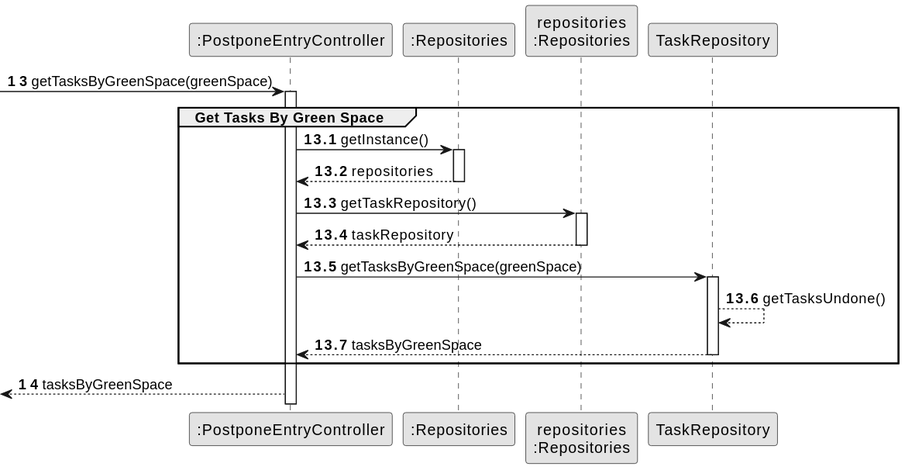
Above: docs/sprintC/us024/03.design/svg/us024-sequence-diagram-partial-get-tasks-by-green-space.svg in Departamento-de-Engenharia-Informatica/lei-24-s2-1dm-g132 (PlantUML), before the change.
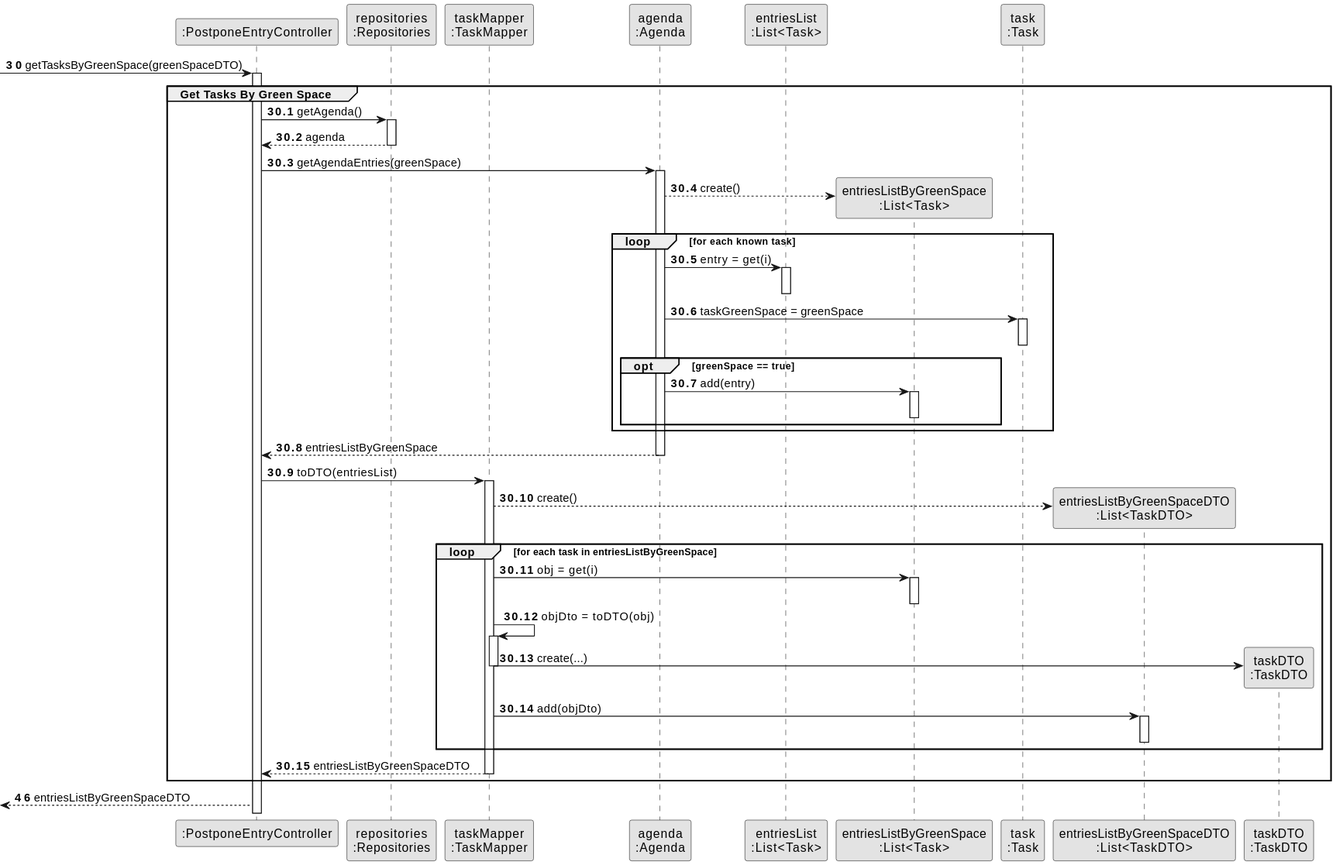
Later version of the same file.

The edit, as a diff of the source:
```diff
@@ -4,38 +4,81 @@
 skinparam shadowing false
 
 participant ":PostponeEntryController" as CTRL
-participant ":Repositories" as RepositorySingleton
 participant "repositories\n:Repositories" as PLAT
-participant "TaskRepository" as TaskRepository
+participant "taskMapper\n:TaskMapper" as TaskMapper
+participant "agenda\n:Agenda" as Agenda
+participant "entriesList\n:List<Task>" as entriesList
+participant "entriesListByGreenSpace\n:List<Task>" as entriesListByGreenSpace
+participant "task\n:Task" as task
+participant "entriesListByGreenSpaceDTO\n:List<TaskDTO>" as entriesListByGreenSpaceDTO
+participant "taskDTO\n:TaskDTO" as TaskDTO
 
-autonumber 13
--> CTRL : getTasksByGreenSpace(greenSpace)
+autonumber 30
+-> CTRL : getTasksByGreenSpace(greenSpaceDTO)
 
-autonumber 13.1
+autonumber 30.1
 
 activate CTRL
     group Get Tasks By Green Space
-           CTRL -> RepositorySingleton : getInstance()
-           activate RepositorySingleton
-
-           RepositorySingleton --> CTRL: repositories
-           deactivate RepositorySingleton
-
-           CTRL -> PLAT : getTaskRepository()
+           CTRL -> PLAT : getAgenda()
            activate PLAT
 
-           PLAT --> CTRL: taskRepository
+           PLAT --> CTRL : agenda
            deactivate PLAT
 
-           CTRL -> TaskRepository : getTasksByGreenSpace(greenSpace)
-           activate TaskRepository
+           CTRL -> Agenda : getAgendaEntries(greenSpace)
+           activate Agenda
 
-           TaskRepository --> TaskRepository : getTasksUndone()
+           Agenda --> entriesListByGreenSpace** : create()
 
-           TaskRepository --> CTRL : tasksByGreenSpace
-           deactivate TaskRepository
+           loop for each known task
+
+           Agenda -> entriesList : entry = get(i)
+           activate entriesList
+           deactivate entriesList
+
+           Agenda -> task : taskGreenSpace = greenSpace
+           activate task
+           deactivate task
+
+           opt greenSpace == true
+           Agenda -> entriesListByGreenSpace : add(entry)
+           activate entriesListByGreenSpace
+           deactivate entriesListByGreenSpace
+           end opt
+
+           end loop
+
+           Agenda --> CTRL : entriesListByGreenSpace
+           deactivate Agenda
+
+           CTRL -> TaskMapper : toDTO(entriesList)
+           activate TaskMapper
+
+           TaskMapper --> entriesListByGreenSpaceDTO** : create()
+
+           loop for each task in entriesListByGreenSpace
+
+           TaskMapper -> entriesListByGreenSpace : obj = get(i)
+           activate entriesListByGreenSpace
+           deactivate entriesListByGreenSpace
+
+           TaskMapper -> TaskMapper : objDto = toDTO(obj)
+           activate TaskMapper
+
+           TaskMapper -> TaskDTO** : create(...)
+           deactivate TaskMapper
+
+           TaskMapper -> entriesListByGreenSpaceDTO : add(objDto)
+           activate entriesListByGreenSpaceDTO
+           deactivate entriesListByGreenSpaceDTO
+
+           end loop
+
+           TaskMapper --> CTRL : entriesListByGreenSpaceDTO
+           deactivate TaskMapper
 
 end group
-autonumber 14
-<-- CTRL : tasksByGreenSpace
+autonumber 46
+<-- CTRL : entriesListByGreenSpaceDTO
 @enduml
```
